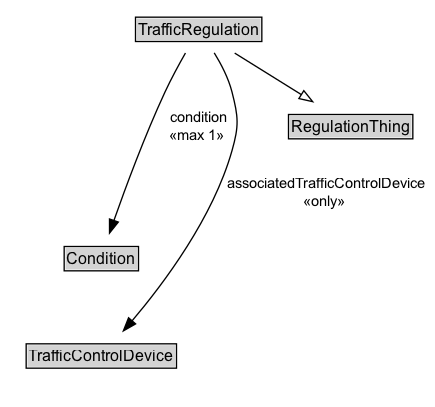
The Graphviz diagram docs/diagrams/TrafficRegulation.dot.png in k-vaughn/ontology-its-regulation, before a commit. Its source is kept beside it as docs/diagrams/TrafficRegulation.dot.
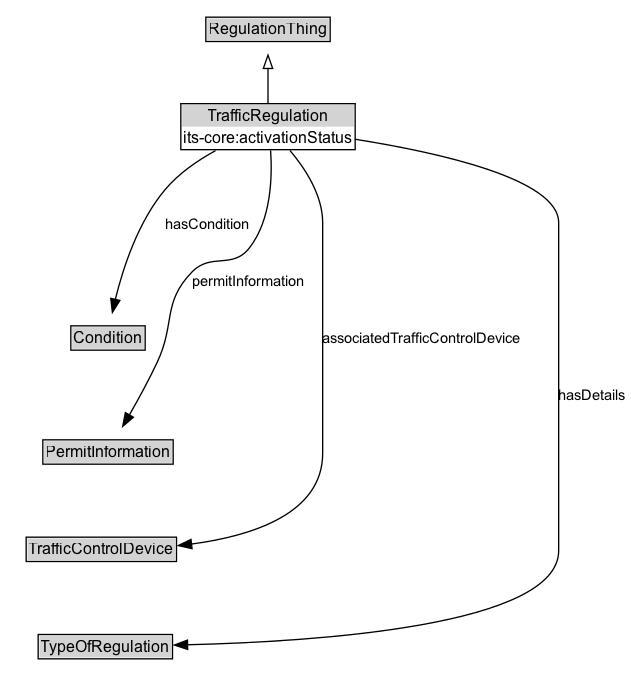
Later version of the same file.

Change to the diagram source:
```diff
@@ -2,7 +2,11 @@
 	graph [overlap=false rankdir=TB splines=true]
 	node [fontname=Arial fontsize=12 margin=0 shape=none]
 	edge [fontname=Arial fontsize=11]
-	TrafficRegulation [label=<<TABLE BORDER="1" CELLBORDER="0" CELLSPACING="0" CELLPADDING="1"><TR><TD BGCOLOR="lightgray" ALIGN="CENTER">TrafficRegulation</TD></TR></TABLE>> URL="../TrafficRegulation" margin=0]
+	{
+		rank=source
+		RegulationThing [label=<<TABLE BORDER="1" CELLBORDER="0" CELLSPACING="0" CELLPADDING="1"><TR><TD BGCOLOR="lightgray" ALIGN="CENTER">RegulationThing</TD></TR></TABLE>> URL="../RegulationThing" margin=0]
+	}
+	TrafficRegulation [label=<<TABLE BORDER="1" CELLBORDER="0" CELLSPACING="0" CELLPADDING="1"><TR><TD BGCOLOR="lightgray" ALIGN="CENTER">TrafficRegulation</TD></TR><TR><TD ALIGN="LEFT">its-core:activationStatus</TD></TR></TABLE>> URL="../TrafficRegulation" margin=0]
 	{
 		rank=max
 	}
@@ -10,15 +14,22 @@
 		label="" style=invis
 		Invis [label=<<TABLE BORDER="0" CELLBORDER="0" CELLSPACING="0" CELLPADDING="1"><TR><TD></TD></TR></TABLE>> margin=0 style=invis]
 		Condition [label=<<TABLE BORDER="1" CELLBORDER="0" CELLSPACING="0" CELLPADDING="1"><TR><TD BGCOLOR="lightgray" ALIGN="CENTER">Condition</TD></TR></TABLE>> URL="../Condition" margin=0]
+		PermitInformation [label=<<TABLE BORDER="1" CELLBORDER="0" CELLSPACING="0" CELLPADDING="1"><TR><TD BGCOLOR="lightgray" ALIGN="CENTER">PermitInformation</TD></TR></TABLE>> URL="../PermitInformation" margin=0]
 		TrafficControlDevice [label=<<TABLE BORDER="1" CELLBORDER="0" CELLSPACING="0" CELLPADDING="1"><TR><TD BGCOLOR="lightgray" ALIGN="CENTER">TrafficControlDevice</TD></TR></TABLE>> URL="../TrafficControlDevice" margin=0]
+		TypeOfRegulation [label=<<TABLE BORDER="1" CELLBORDER="0" CELLSPACING="0" CELLPADDING="1"><TR><TD BGCOLOR="lightgray" ALIGN="CENTER">TypeOfRegulation</TD></TR></TABLE>> URL="../TypeOfRegulation" margin=0]
 	}
-	RegulationThing [label=<<TABLE BORDER="1" CELLBORDER="0" CELLSPACING="0" CELLPADDING="1"><TR><TD BGCOLOR="lightgray" ALIGN="CENTER">RegulationThing</TD></TR></TABLE>> URL="../RegulationThing" margin=0]
 	TrafficRegulation -> RegulationThing [arrowhead=onormal style=solid]
 	TrafficRegulation -> Invis [style=invis]
 	Invis -> Condition [style=invis]
-	Condition -> TrafficControlDevice [style=invis]
-	TrafficRegulation -> TrafficControlDevice [label=" associatedTrafficControlDevice
- «only»  " arrowhead=normal style=solid]
-	TrafficRegulation -> Condition [label=" condition
- «max 1»  " arrowhead=normal style=solid]
+	Condition -> PermitInformation [style=invis]
+	PermitInformation -> TrafficControlDevice [style=invis]
+	TrafficControlDevice -> TypeOfRegulation [style=invis]
+	TypeOfRegulation [label=<<TABLE BORDER="1" CELLBORDER="0" CELLSPACING="0" CELLPADDING="1"><TR><TD BGCOLOR="lightgray" ALIGN="CENTER">TypeOfRegulation</TD></TR></TABLE>> URL="../TypeOfRegulation" margin=0]
+	TrafficRegulation -> TypeOfRegulation [label=hasDetails arrowhead=normal style=solid]
+	TrafficControlDevice [label=<<TABLE BORDER="1" CELLBORDER="0" CELLSPACING="0" CELLPADDING="1"><TR><TD BGCOLOR="lightgray" ALIGN="CENTER">TrafficControlDevice</TD></TR></TABLE>> URL="../TrafficControlDevice" margin=0]
+	TrafficRegulation -> TrafficControlDevice [label=associatedTrafficControlDevice arrowhead=normal style=solid]
+	Condition [label=<<TABLE BORDER="1" CELLBORDER="0" CELLSPACING="0" CELLPADDING="1"><TR><TD BGCOLOR="lightgray" ALIGN="CENTER">Condition</TD></TR></TABLE>> URL="../Condition" margin=0]
+	TrafficRegulation -> Condition [label=hasCondition arrowhead=normal style=solid]
+	PermitInformation [label=<<TABLE BORDER="1" CELLBORDER="0" CELLSPACING="0" CELLPADDING="1"><TR><TD BGCOLOR="lightgray" ALIGN="CENTER">PermitInformation</TD></TR></TABLE>> URL="../PermitInformation" margin=0]
+	TrafficRegulation -> PermitInformation [label=permitInformation arrowhead=normal style=solid]
 }
```
